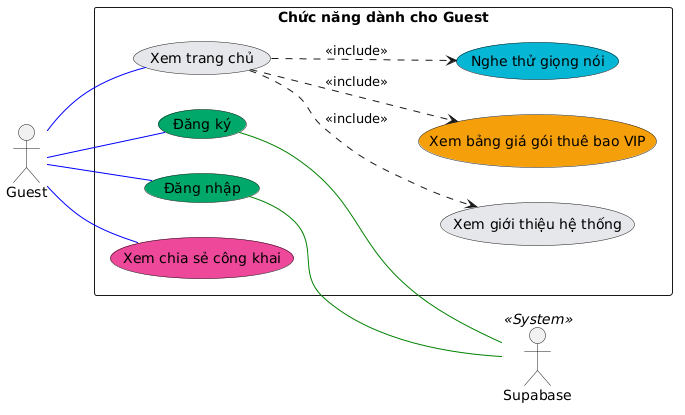
Before: temp/01-UseCase/UML-UseCase-Guest.png, a diagram exported from PlantUML (20206205Tech/docs-uml).
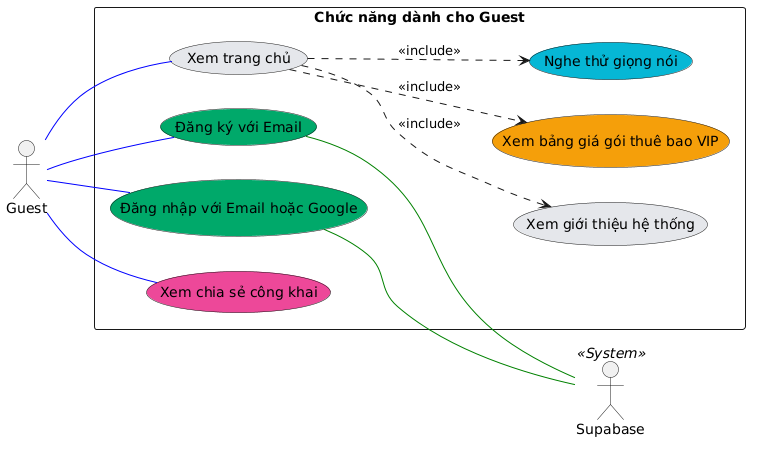
After the commit.

The edit, as a diff of the source:
```diff
@@ -11,8 +11,8 @@
   usecase "Xem giới thiệu hệ thống" as UC_Intro #e5e7eb
   usecase "Xem bảng giá gói thuê bao VIP" as UC_Pricing #f59e0b
   usecase "Nghe thử giọng nói" as UC_SampleVoice #06b6d4
-  usecase "Đăng ký" as UC_Register #00a86b
-  usecase "Đăng nhập" as UC_Login #00a86b
+  usecase "Đăng ký với Email" as UC_Register #00a86b
+  usecase "Đăng nhập với Email hoặc Google" as UC_Login #00a86b
   usecase "Xem chia sẻ công khai" as UC_PublicShare #ec4899
 
   UC_Home ..> UC_Intro : <<include>>
```
